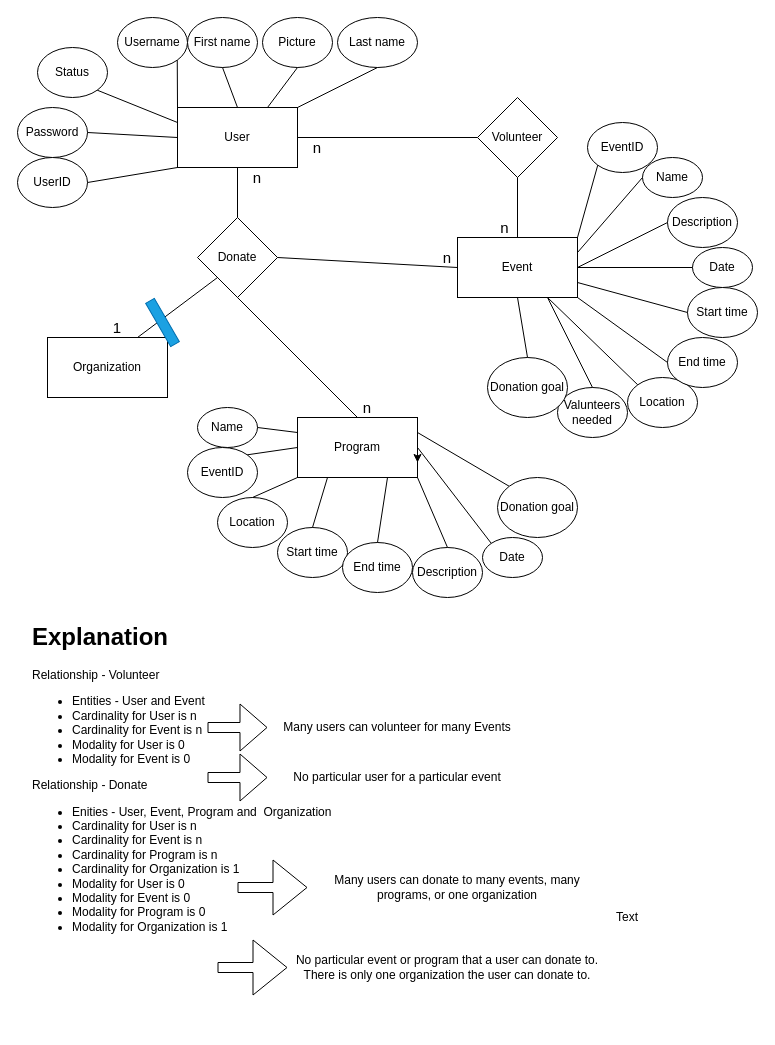
Above: Architectural-Design_(UML-Diagrams).drawio in Andrew-EKrause/TeamAptiv-Web-App (draw.io), before the change. Source tidied: cells renumbered, new cells numbered last; positions are measured from the earlier drawing's top-left corner, leaving out a move shared by most shapes. Both pictures are drawn from the tidied source at 100%, with x=0, y=0 at pixel (17, 17).
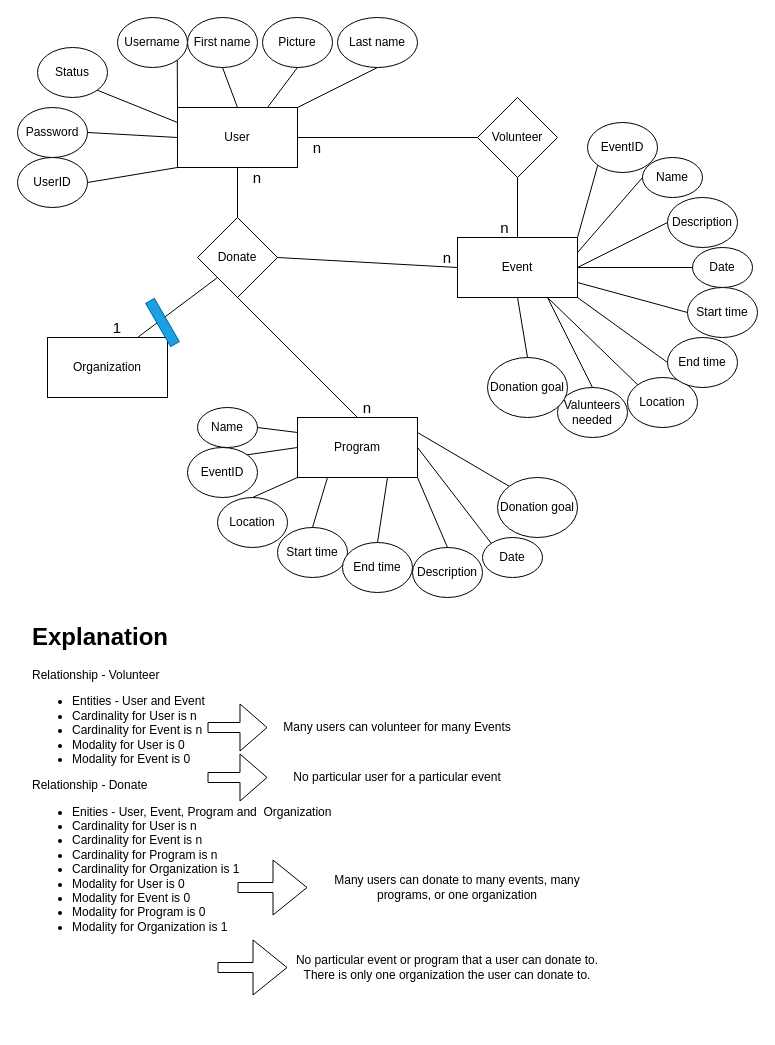
The same diagram, later.

Commit message (it also covers changes not shown here):
updated UML diagrams

The change refers to these unchanged cells:
```xml
<mxCell id="19" value="Program" style="rounded=0;whiteSpace=wrap;html=1;" parent="1" vertex="1">
  <mxGeometry x="280" y="400" width="120" height="60" as="geometry" />
</mxCell>
```

What changed in the source:
```diff
@@
-    <mxCell id="62" style="edgeStyle=orthogonalEdgeStyle;rounded=0;orthogonalLoop=1;jettySize=auto;html=1;exitX=1;exitY=0.5;exitDx=0;exitDy=0;entryX=1;entryY=0.75;entryDx=0;entryDy=0;" parent="1" edge="1" source="19" target="19">
-      <mxGeometry relative="1" as="geometry" />
-    </mxCell>
@@
-    <mxCell id="78" value="Text" style="text;html=1;strokeColor=none;fillColor=none;align=center;verticalAlign=middle;whiteSpace=wrap;rounded=0;" parent="1" vertex="1">
-      <mxGeometry x="590" y="890" width="40" height="20" as="geometry" />
-    </mxCell>
```
